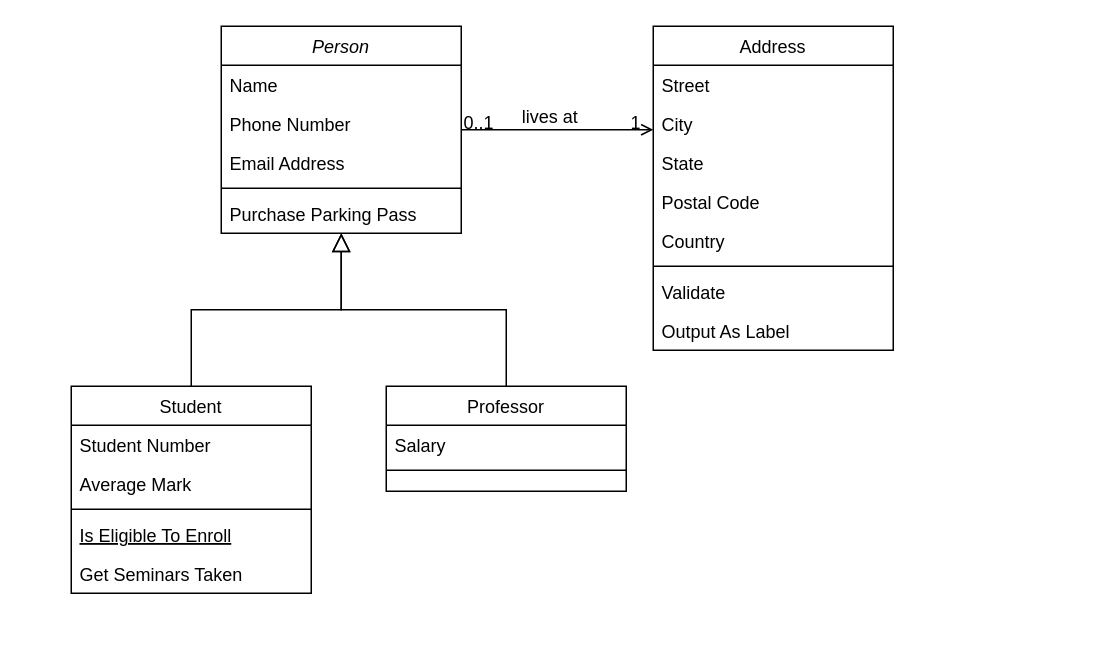
Before: designInfo/未命名绘图.drawio in logic233/gojs-react-complex, a draw.io diagram. Source tidied: cells renumbered, new cells numbered last; positions are measured from the earlier drawing's top-left corner, leaving out a move shared by most shapes. Both pictures are drawn from the tidied source at 150%, with x=0, y=0 at pixel (70, 26).
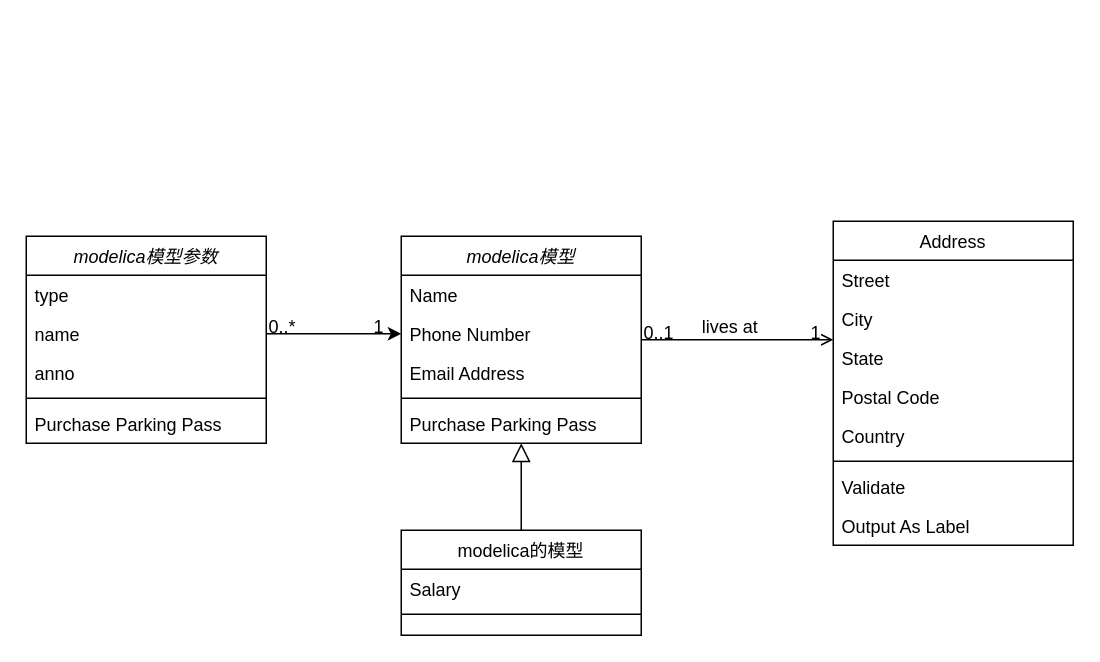
The same diagram, later.

Commit message:
更新未命名绘图.drawio

The change refers to these unchanged cells:
```xml
<mxCell id="4" value="Phone Number" style="text;align=left;verticalAlign=top;spacingLeft=4;spacingRight=4;overflow=hidden;points=[[0,0.5],[1,0.5]];portConstraint=eastwest;rounded=0;shadow=0;html=0;" parent="2" vertex="1">
  <mxGeometry y="52" width="160" height="26" as="geometry" />
</mxCell>
```

Diff of the diagram source:
```diff
@@
-    <mxCell id="2" value="Person" style="swimlane;fontStyle=2;align=center;verticalAlign=top;horizontal=1;startSize=26;rounded=0;shadow=0;strokeWidth=1;" parent="1" vertex="1">
-      <mxGeometry x="100" width="160" height="138" as="geometry" />
+    <mxCell id="2" value="modelica模型" style="swimlane;fontStyle=2;align=center;verticalAlign=top;horizontal=1;startSize=26;rounded=0;shadow=0;strokeWidth=1;" parent="1" vertex="1">
+      <mxGeometry x="220" y="140" width="160" height="138" as="geometry" />
     </mxCell>
@@
-    <mxCell id="8" value="Student" style="swimlane;fontStyle=0;align=center;verticalAlign=top;horizontal=1;startSize=26;rounded=0;shadow=0;strokeWidth=1;" parent="1" vertex="1">
-      <mxGeometry y="240" width="160" height="138" as="geometry" />
-    </mxCell>
-    <mxCell id="9" value="Student Number" style="text;align=left;verticalAlign=top;spacingLeft=4;spacingRight=4;overflow=hidden;" parent="8" vertex="1">
-      <mxGeometry y="26" width="160" height="26" as="geometry" />
-    </mxCell>
-    <mxCell id="10" value="Average Mark" style="text;align=left;verticalAlign=top;spacingLeft=4;spacingRight=4;overflow=hidden;rounded=0;shadow=0;html=0;" parent="8" vertex="1">
-      <mxGeometry y="52" width="160" height="26" as="geometry" />
-    </mxCell>
-    <mxCell id="11" style="line;html=1;strokeWidth=1;align=left;verticalAlign=middle;spacingTop=-1;spacingLeft=3;spacingRight=3;labelPosition=right;" parent="8" vertex="1">
-      <mxGeometry y="78" width="160" height="8" as="geometry" />
-    </mxCell>
-    <mxCell id="12" value="Is Eligible To Enroll" style="text;align=left;verticalAlign=top;spacingLeft=4;spacingRight=4;overflow=hidden;fontStyle=4;" parent="8" vertex="1">
-      <mxGeometry y="86" width="160" height="26" as="geometry" />
-    </mxCell>
-    <mxCell id="13" value="Get Seminars Taken" style="text;align=left;verticalAlign=top;spacingLeft=4;spacingRight=4;overflow=hidden;" parent="8" vertex="1">
-      <mxGeometry y="112" width="160" height="26" as="geometry" />
-    </mxCell>
-    <mxCell id="14" style="endArrow=block;endSize=10;endFill=0;shadow=0;strokeWidth=1;rounded=0;edgeStyle=elbowEdgeStyle;elbow=vertical;" parent="1" edge="1" source="8" target="2">
-      <mxGeometry relative="1" as="geometry" />
-    </mxCell>
-    <mxCell id="15" value="Professor" style="swimlane;fontStyle=0;align=center;verticalAlign=top;horizontal=1;startSize=26;rounded=0;shadow=0;strokeWidth=1;" parent="1" vertex="1">
-      <mxGeometry x="210" y="240" width="160" height="70" as="geometry" />
+    <mxCell id="15" value="modelica的模型" style="swimlane;fontStyle=0;align=center;verticalAlign=top;horizontal=1;startSize=26;rounded=0;shadow=0;strokeWidth=1;" parent="1" vertex="1">
+      <mxGeometry x="220" y="336" width="160" height="70" as="geometry" />
     </mxCell>
@@
     <mxCell id="19" value="Address" style="swimlane;fontStyle=0;align=center;verticalAlign=top;horizontal=1;startSize=26;rounded=0;shadow=0;strokeWidth=1;" parent="1" vertex="1">
-      <mxGeometry x="388" width="160" height="216" as="geometry" />
+      <mxGeometry x="508" y="130" width="160" height="216" as="geometry" />
     </mxCell>
@@
+    <mxCell id="32" value="modelica模型参数" style="swimlane;fontStyle=2;align=center;verticalAlign=top;horizontal=1;startSize=26;rounded=0;shadow=0;strokeWidth=1;" parent="1" vertex="1">
+      <mxGeometry x="-30" y="140" width="160" height="138" as="geometry" />
+    </mxCell>
+    <mxCell id="33" value="type" style="text;align=left;verticalAlign=top;spacingLeft=4;spacingRight=4;overflow=hidden;" parent="32" vertex="1">
+      <mxGeometry y="26" width="160" height="26" as="geometry" />
+    </mxCell>
+    <mxCell id="34" value="name" style="text;align=left;verticalAlign=top;spacingLeft=4;spacingRight=4;overflow=hidden;points=[[0,0.5],[1,0.5]];portConstraint=eastwest;rounded=0;shadow=0;html=0;" parent="32" vertex="1">
+      <mxGeometry y="52" width="160" height="26" as="geometry" />
+    </mxCell>
+    <mxCell id="35" value="anno" style="text;align=left;verticalAlign=top;spacingLeft=4;spacingRight=4;overflow=hidden;rounded=0;shadow=0;html=0;" parent="32" vertex="1">
+      <mxGeometry y="78" width="160" height="26" as="geometry" />
+    </mxCell>
+    <mxCell id="36" style="line;html=1;strokeWidth=1;align=left;verticalAlign=middle;spacingTop=-1;spacingLeft=3;spacingRight=3;labelPosition=right;" parent="32" vertex="1">
+      <mxGeometry y="104" width="160" height="8" as="geometry" />
+    </mxCell>
+    <mxCell id="37" value="Purchase Parking Pass" style="text;align=left;verticalAlign=top;spacingLeft=4;spacingRight=4;overflow=hidden;" parent="32" vertex="1">
+      <mxGeometry y="112" width="160" height="26" as="geometry" />
+    </mxCell>
+    <mxCell id="38" style="endArrow=classic;html=1;rounded=0;exitX=1;exitY=0.5;exitDx=0;exitDy=0;entryX=0;entryY=0.5;entryDx=0;entryDy=0;" parent="1" edge="1" source="34" target="4">
+      <mxGeometry relative="1" as="geometry" />
+    </mxCell>
+    <mxCell id="39" value="0..*" style="align=left;verticalAlign=bottom;labelBackgroundColor=none;fontSize=12;direction=south;" parent="1" vertex="1">
+      <mxGeometry x="130" y="209" as="geometry" />
+    </mxCell>
+    <mxCell id="40" value="1" style="align=left;verticalAlign=bottom;labelBackgroundColor=none;fontSize=12;direction=south;" parent="1" vertex="1">
+      <mxGeometry x="200" y="209" as="geometry" />
+    </mxCell>
```
